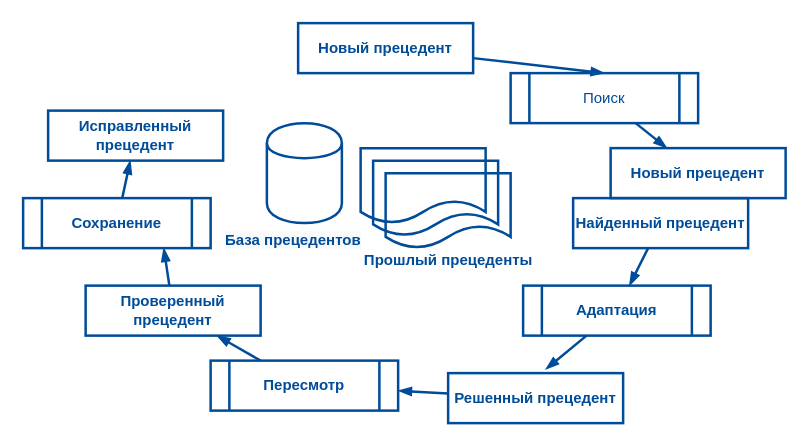
This is page "Page-4" (4 of 14) of DISSER.drawio from almakonde/PhDReport, a draw.io file, before an edit. Source tidied: cells renumbered, new cells numbered last; positions are measured from the earlier drawing's top-left corner, leaving out a move shared by most shapes. Both pictures are drawn from the tidied source at 125%, with x=0, y=0 at pixel (22, 22).
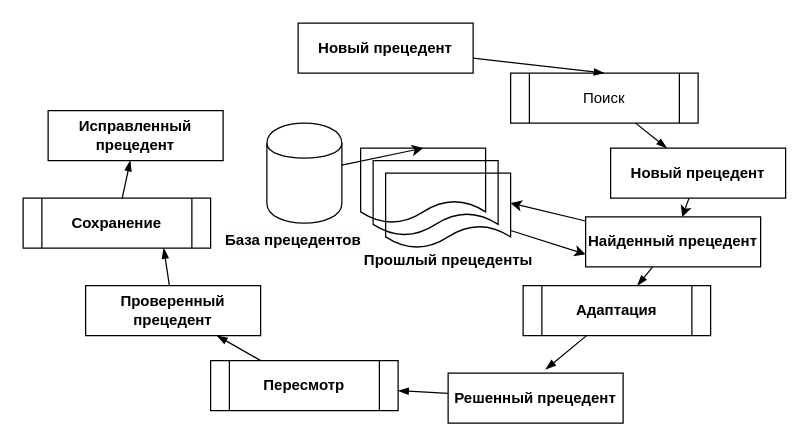
The same page after the edit.

What changed in the source:
```diff
@@
-    <mxCell id="2" style="edgeStyle=none;rounded=0;jettySize=auto;html=1;entryX=0.5;entryY=0;entryDx=0;entryDy=0;endArrow=blockThin;endFill=1;strokeColor=#004C99;strokeWidth=2;" parent="1" edge="1" source="3" target="6">
+    <mxCell id="2" style="edgeStyle=none;rounded=0;jettySize=auto;html=1;entryX=0.5;entryY=0;entryDx=0;entryDy=0;endArrow=blockThin;endFill=1;strokeColor=#000000;strokeWidth=1;" parent="1" edge="1" source="3" target="6">
       <mxGeometry relative="1" as="geometry" />
     </mxCell>
-    <mxCell id="3" value="&lt;font color=&quot;#004c99&quot;&gt;&lt;b&gt;Новый прецедент&lt;/b&gt;&lt;/font&gt;" style="rounded=0;whiteSpace=wrap;html=1;strokeColor=#004C99;strokeWidth=2;fillColor=none;" parent="1" vertex="1">
+    <mxCell id="3" value="&lt;b&gt;Новый прецедент&lt;/b&gt;" style="rounded=0;whiteSpace=wrap;html=1;strokeColor=#000000;strokeWidth=1;fillColor=none;" parent="1" vertex="1">
       <mxGeometry x="220" width="140" height="40" as="geometry" />
     </mxCell>
+    <mxCell id="26" style="edgeStyle=none;rounded=0;jettySize=auto;html=1;strokeColor=#000000;strokeWidth=1;fontColor=#333333;" parent="1" edge="1" source="4" target="10">
+      <mxGeometry relative="1" as="geometry" />
+    </mxCell>
-    <mxCell id="4" value="&lt;b style=&quot;color: rgb(0 , 76 , 153)&quot;&gt;Новый прецедент&lt;/b&gt;" style="rounded=0;whiteSpace=wrap;html=1;strokeColor=#004C99;strokeWidth=2;fillColor=none;" parent="1" vertex="1">
+    <mxCell id="4" value="&lt;b&gt;Новый прецедент&lt;/b&gt;" style="rounded=0;whiteSpace=wrap;html=1;strokeColor=#000000;strokeWidth=1;fillColor=none;" parent="1" vertex="1">
       <mxGeometry x="470" y="100" width="140" height="40" as="geometry" />
     </mxCell>
-    <mxCell id="5" style="edgeStyle=none;rounded=0;jettySize=auto;html=1;endArrow=blockThin;endFill=1;strokeColor=#004C99;strokeWidth=2;" parent="1" edge="1" source="6" target="4">
+    <mxCell id="5" style="edgeStyle=none;rounded=0;jettySize=auto;html=1;endArrow=blockThin;endFill=1;strokeColor=#000000;strokeWidth=1;" parent="1" edge="1" source="6" target="4">
       <mxGeometry relative="1" as="geometry" />
     </mxCell>
-    <mxCell id="6" value="&lt;font color=&quot;#004c99&quot;&gt;Поиск&lt;/font&gt;" style="shape=process;whiteSpace=wrap;html=1;backgroundOutline=1;rounded=0;strokeColor=#004C99;strokeWidth=2;fillColor=none;" parent="1" vertex="1">
+    <mxCell id="6" value="Поиск" style="shape=process;whiteSpace=wrap;html=1;backgroundOutline=1;rounded=0;strokeColor=#000000;strokeWidth=1;fillColor=none;" parent="1" vertex="1">
       <mxGeometry x="390" y="40" width="150" height="40" as="geometry" />
     </mxCell>
-    <mxCell id="7" style="edgeStyle=none;rounded=0;jettySize=auto;html=1;entryX=0.557;entryY=-0.075;entryDx=0;entryDy=0;entryPerimeter=0;endArrow=blockThin;endFill=1;strokeColor=#004C99;strokeWidth=2;" parent="1" edge="1" source="8" target="12">
+    <mxCell id="7" style="edgeStyle=none;rounded=0;jettySize=auto;html=1;entryX=0.557;entryY=-0.075;entryDx=0;entryDy=0;entryPerimeter=0;endArrow=blockThin;endFill=1;strokeColor=#000000;strokeWidth=1;" parent="1" edge="1" source="8" target="12">
       <mxGeometry relative="1" as="geometry" />
     </mxCell>
-    <mxCell id="8" value="&lt;b style=&quot;color: rgb(0 , 76 , 153)&quot;&gt;Адаптация&lt;/b&gt;" style="shape=process;whiteSpace=wrap;html=1;backgroundOutline=1;rounded=0;strokeColor=#004C99;strokeWidth=2;fillColor=none;" parent="1" vertex="1">
+    <mxCell id="8" value="&lt;b&gt;Адаптация&lt;/b&gt;" style="shape=process;whiteSpace=wrap;html=1;backgroundOutline=1;rounded=0;strokeColor=#000000;strokeWidth=1;fillColor=none;" parent="1" vertex="1">
       <mxGeometry x="400" y="210" width="150" height="40" as="geometry" />
     </mxCell>
-    <mxCell id="9" style="edgeStyle=none;rounded=0;jettySize=auto;html=1;endArrow=blockThin;endFill=1;strokeColor=#004C99;strokeWidth=2;" parent="1" edge="1" source="10" target="8">
+    <mxCell id="9" style="edgeStyle=none;rounded=0;jettySize=auto;html=1;endArrow=blockThin;endFill=1;strokeColor=#000000;strokeWidth=1;" parent="1" edge="1" source="10" target="8">
       <mxGeometry relative="1" as="geometry" />
     </mxCell>
+    <mxCell id="27" style="edgeStyle=none;rounded=0;jettySize=auto;html=1;entryX=1;entryY=0.4;entryDx=0;entryDy=0;entryPerimeter=0;strokeColor=#000000;strokeWidth=1;fontColor=#333333;" parent="1" edge="1" source="10" target="23">
+      <mxGeometry relative="1" as="geometry" />
+    </mxCell>
-    <mxCell id="10" value="&lt;b style=&quot;color: rgb(0 , 76 , 153)&quot;&gt;Найденный прецедент&lt;/b&gt;" style="rounded=0;whiteSpace=wrap;html=1;strokeColor=#004C99;strokeWidth=2;fillColor=none;" parent="1" vertex="1">
-      <mxGeometry x="440" y="140" width="140" height="40" as="geometry" />
+    <mxCell id="10" value="&lt;b&gt;Найденный прецедент&lt;/b&gt;" style="rounded=0;whiteSpace=wrap;html=1;strokeColor=#000000;strokeWidth=1;fillColor=none;" parent="1" vertex="1">
+      <mxGeometry x="450" y="155" width="140" height="40" as="geometry" />
     </mxCell>
-    <mxCell id="11" style="edgeStyle=none;rounded=0;jettySize=auto;html=1;endArrow=blockThin;endFill=1;strokeColor=#004C99;strokeWidth=2;" parent="1" edge="1" source="12" target="14">
+    <mxCell id="11" style="edgeStyle=none;rounded=0;jettySize=auto;html=1;endArrow=blockThin;endFill=1;strokeColor=#000000;strokeWidth=1;" parent="1" edge="1" source="12" target="14">
       <mxGeometry relative="1" as="geometry" />
     </mxCell>
-    <mxCell id="12" value="&lt;b style=&quot;color: rgb(0 , 76 , 153)&quot;&gt;Решенный прецедент&lt;/b&gt;" style="rounded=0;whiteSpace=wrap;html=1;strokeColor=#004C99;strokeWidth=2;fillColor=none;" parent="1" vertex="1">
+    <mxCell id="12" value="&lt;b&gt;Решенный прецедент&lt;/b&gt;" style="rounded=0;whiteSpace=wrap;html=1;strokeColor=#000000;strokeWidth=1;fillColor=none;" parent="1" vertex="1">
       <mxGeometry x="340" y="280" width="140" height="40" as="geometry" />
     </mxCell>
-    <mxCell id="13" style="edgeStyle=none;rounded=0;jettySize=auto;html=1;endArrow=blockThin;endFill=1;strokeColor=#004C99;strokeWidth=2;" parent="1" edge="1" source="14" target="16">
+    <mxCell id="13" style="edgeStyle=none;rounded=0;jettySize=auto;html=1;endArrow=blockThin;endFill=1;strokeColor=#000000;strokeWidth=1;" parent="1" edge="1" source="14" target="16">
       <mxGeometry relative="1" as="geometry" />
     </mxCell>
-    <mxCell id="14" value="&lt;b style=&quot;color: rgb(0 , 76 , 153)&quot;&gt;Пересмотр&lt;/b&gt;" style="shape=process;whiteSpace=wrap;html=1;backgroundOutline=1;rounded=0;strokeColor=#004C99;strokeWidth=2;fillColor=none;" parent="1" vertex="1">
+    <mxCell id="14" value="&lt;b&gt;Пересмотр&lt;/b&gt;" style="shape=process;whiteSpace=wrap;html=1;backgroundOutline=1;rounded=0;strokeColor=#000000;strokeWidth=1;fillColor=none;" parent="1" vertex="1">
       <mxGeometry x="150" y="270" width="150" height="40" as="geometry" />
     </mxCell>
-    <mxCell id="15" style="edgeStyle=none;rounded=0;jettySize=auto;html=1;entryX=0.75;entryY=1;entryDx=0;entryDy=0;endArrow=blockThin;endFill=1;strokeColor=#004C99;strokeWidth=2;" parent="1" edge="1" source="16" target="18">
+    <mxCell id="15" style="edgeStyle=none;rounded=0;jettySize=auto;html=1;entryX=0.75;entryY=1;entryDx=0;entryDy=0;endArrow=blockThin;endFill=1;strokeColor=#000000;strokeWidth=1;" parent="1" edge="1" source="16" target="18">
       <mxGeometry relative="1" as="geometry" />
     </mxCell>
-    <mxCell id="16" value="&lt;b style=&quot;color: rgb(0 , 76 , 153)&quot;&gt;Проверенный прецедент&lt;/b&gt;" style="rounded=0;whiteSpace=wrap;html=1;strokeColor=#004C99;strokeWidth=2;fillColor=none;" parent="1" vertex="1">
+    <mxCell id="16" value="&lt;b&gt;Проверенный прецедент&lt;/b&gt;" style="rounded=0;whiteSpace=wrap;html=1;strokeColor=#000000;strokeWidth=1;fillColor=none;" parent="1" vertex="1">
       <mxGeometry x="50" y="210" width="140" height="40" as="geometry" />
     </mxCell>
-    <mxCell id="17" style="edgeStyle=none;rounded=0;jettySize=auto;html=1;endArrow=blockThin;endFill=1;strokeColor=#004C99;strokeWidth=2;" parent="1" edge="1" source="18" target="19">
+    <mxCell id="17" style="edgeStyle=none;rounded=0;jettySize=auto;html=1;endArrow=blockThin;endFill=1;strokeColor=#000000;strokeWidth=1;" parent="1" edge="1" source="18" target="19">
       <mxGeometry relative="1" as="geometry" />
     </mxCell>
-    <mxCell id="18" value="&lt;b style=&quot;color: rgb(0 , 76 , 153)&quot;&gt;Сохранение&lt;/b&gt;" style="shape=process;whiteSpace=wrap;html=1;backgroundOutline=1;rounded=0;strokeColor=#004C99;strokeWidth=2;fillColor=none;" parent="1" vertex="1">
+    <mxCell id="18" value="&lt;b&gt;Сохранение&lt;/b&gt;" style="shape=process;whiteSpace=wrap;html=1;backgroundOutline=1;rounded=0;strokeColor=#000000;strokeWidth=1;fillColor=none;" parent="1" vertex="1">
       <mxGeometry y="140" width="150" height="40" as="geometry" />
     </mxCell>
-    <mxCell id="19" value="&lt;b style=&quot;color: rgb(0 , 76 , 153)&quot;&gt;Исправленный прецедент&lt;/b&gt;" style="rounded=0;whiteSpace=wrap;html=1;strokeColor=#004C99;strokeWidth=2;fillColor=none;" parent="1" vertex="1">
+    <mxCell id="19" value="&lt;b&gt;Исправленный прецедент&lt;/b&gt;" style="rounded=0;whiteSpace=wrap;html=1;strokeColor=#000000;strokeWidth=1;fillColor=none;" parent="1" vertex="1">
       <mxGeometry x="20" y="70" width="140" height="40" as="geometry" />
     </mxCell>
+    <mxCell id="28" style="edgeStyle=none;rounded=0;jettySize=auto;html=1;entryX=0.5;entryY=0;entryDx=0;entryDy=0;strokeColor=#000000;strokeWidth=1;fontColor=#333333;" parent="1" edge="1" source="20" target="21">
+      <mxGeometry relative="1" as="geometry" />
+    </mxCell>
-    <mxCell id="20" style="shape=cylinder;whiteSpace=wrap;html=1;boundedLbl=1;backgroundOutline=1;rounded=0;strokeColor=#004C99;strokeWidth=2;fillColor=none;" parent="1" vertex="1">
+    <mxCell id="20" style="shape=cylinder;whiteSpace=wrap;html=1;boundedLbl=1;backgroundOutline=1;rounded=0;strokeColor=#000000;strokeWidth=1;fillColor=none;" parent="1" vertex="1">
       <mxGeometry x="195" y="80" width="60" height="80" as="geometry" />
     </mxCell>
-    <mxCell id="21" style="shape=document;whiteSpace=wrap;html=1;boundedLbl=1;rounded=0;strokeColor=#004C99;strokeWidth=2;fillColor=none;" parent="1" vertex="1">
+    <mxCell id="21" style="shape=document;whiteSpace=wrap;html=1;boundedLbl=1;rounded=0;strokeColor=#000000;strokeWidth=1;fillColor=none;" parent="1" vertex="1">
       <mxGeometry x="270" y="100" width="100" height="60" as="geometry" />
     </mxCell>
-    <mxCell id="22" style="shape=document;whiteSpace=wrap;html=1;boundedLbl=1;rounded=0;strokeColor=#004C99;strokeWidth=2;fillColor=none;" parent="1" vertex="1">
+    <mxCell id="22" style="shape=document;whiteSpace=wrap;html=1;boundedLbl=1;rounded=0;strokeColor=#000000;strokeWidth=1;fillColor=none;" parent="1" vertex="1">
       <mxGeometry x="280" y="110" width="100" height="60" as="geometry" />
     </mxCell>
+    <mxCell id="29" style="edgeStyle=none;rounded=0;jettySize=auto;html=1;entryX=0;entryY=0.75;entryDx=0;entryDy=0;strokeColor=#000000;strokeWidth=1;fontColor=#333333;" parent="1" edge="1" source="23" target="10">
+      <mxGeometry relative="1" as="geometry" />
+    </mxCell>
-    <mxCell id="23" style="shape=document;whiteSpace=wrap;html=1;boundedLbl=1;rounded=0;strokeColor=#004C99;strokeWidth=2;fillColor=none;" parent="1" vertex="1">
+    <mxCell id="23" style="shape=document;whiteSpace=wrap;html=1;boundedLbl=1;rounded=0;strokeColor=#000000;strokeWidth=1;fillColor=none;" parent="1" vertex="1">
       <mxGeometry x="290" y="120" width="100" height="60" as="geometry" />
     </mxCell>
-    <mxCell id="24" value="&lt;b style=&quot;color: rgb(0 , 76 , 153)&quot;&gt;Прошлый прецеденты&lt;/b&gt;" style="text;html=1;align=center;verticalAlign=middle;" parent="1" vertex="1">
+    <mxCell id="24" value="&lt;b&gt;Прошлый прецеденты&lt;/b&gt;" style="text;html=1;align=center;verticalAlign=middle;strokeColor=none;strokeWidth=1;" parent="1" vertex="1">
       <mxGeometry x="265" y="180" width="150" height="20" as="geometry" />
     </mxCell>
-    <mxCell id="25" value="&lt;div&gt;&lt;b style=&quot;font-family: &amp;#34;helvetica&amp;#34; ; font-size: 12px ; font-style: normal ; letter-spacing: normal ; text-align: center ; text-indent: 0px ; text-transform: none ; word-spacing: 0px ; background-color: rgb(248 , 249 , 250) ; color: rgb(0 , 76 , 153)&quot;&gt;База прецедентов&lt;/b&gt;&lt;/div&gt;" style="text;whiteSpace=wrap;html=1;" parent="1" vertex="1">
+    <mxCell id="25" value="&lt;div&gt;&lt;b style=&quot;font-family: &amp;#34;helvetica&amp;#34; ; font-size: 12px ; font-style: normal ; letter-spacing: normal ; text-align: center ; text-indent: 0px ; text-transform: none ; word-spacing: 0px ; background-color: rgb(248 , 249 , 250)&quot;&gt;База прецедентов&lt;/b&gt;&lt;/div&gt;" style="text;whiteSpace=wrap;html=1;strokeColor=none;strokeWidth=1;" parent="1" vertex="1">
       <mxGeometry x="160" y="160" width="130" height="30" as="geometry" />
     </mxCell>
```
